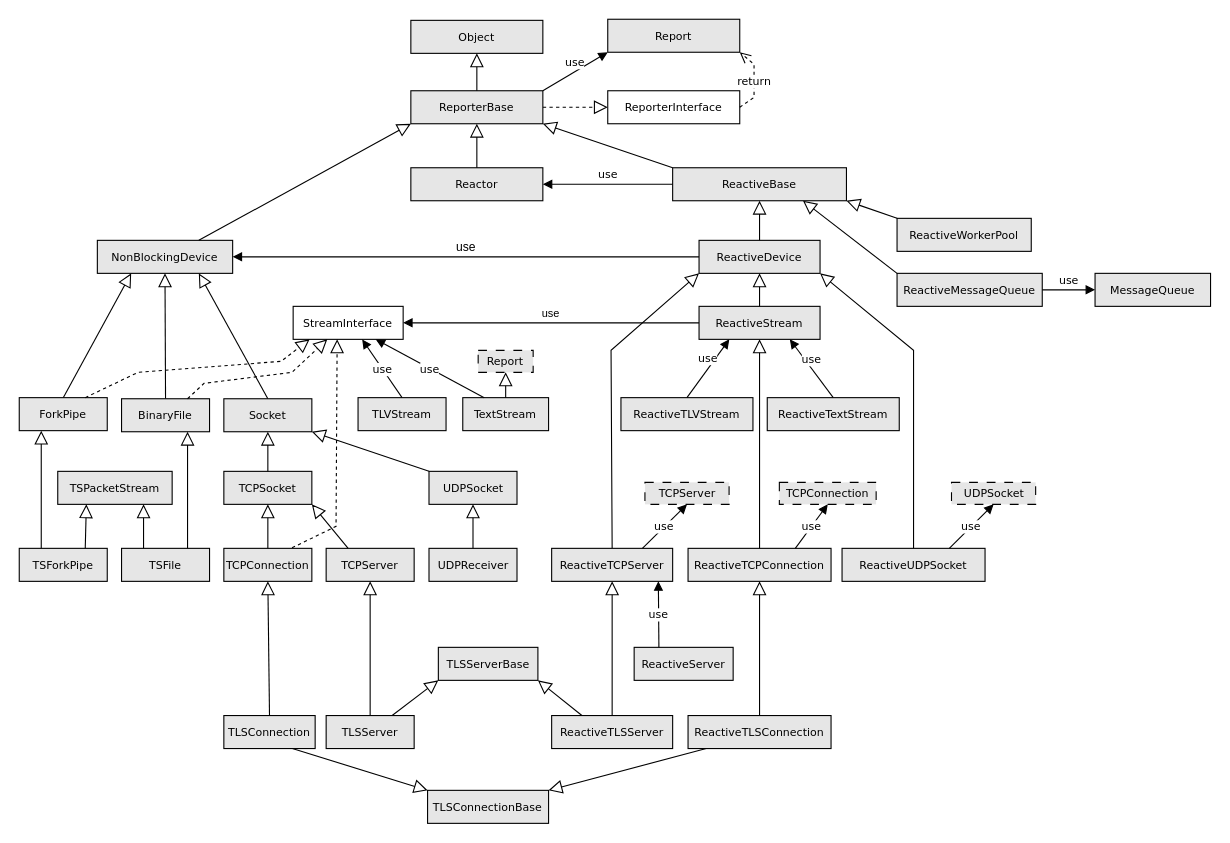
This is diagrams/reactor-class-diagram.drawio from tsduck/tsduck-presentations, a draw.io file, before an edit. Source tidied: cells renumbered, new cells numbered last; positions are measured from the earlier drawing's top-left corner, leaving out a move shared by most shapes. Both pictures are drawn from the tidied source at 110%, with x=0, y=0 at pixel (19, 19).
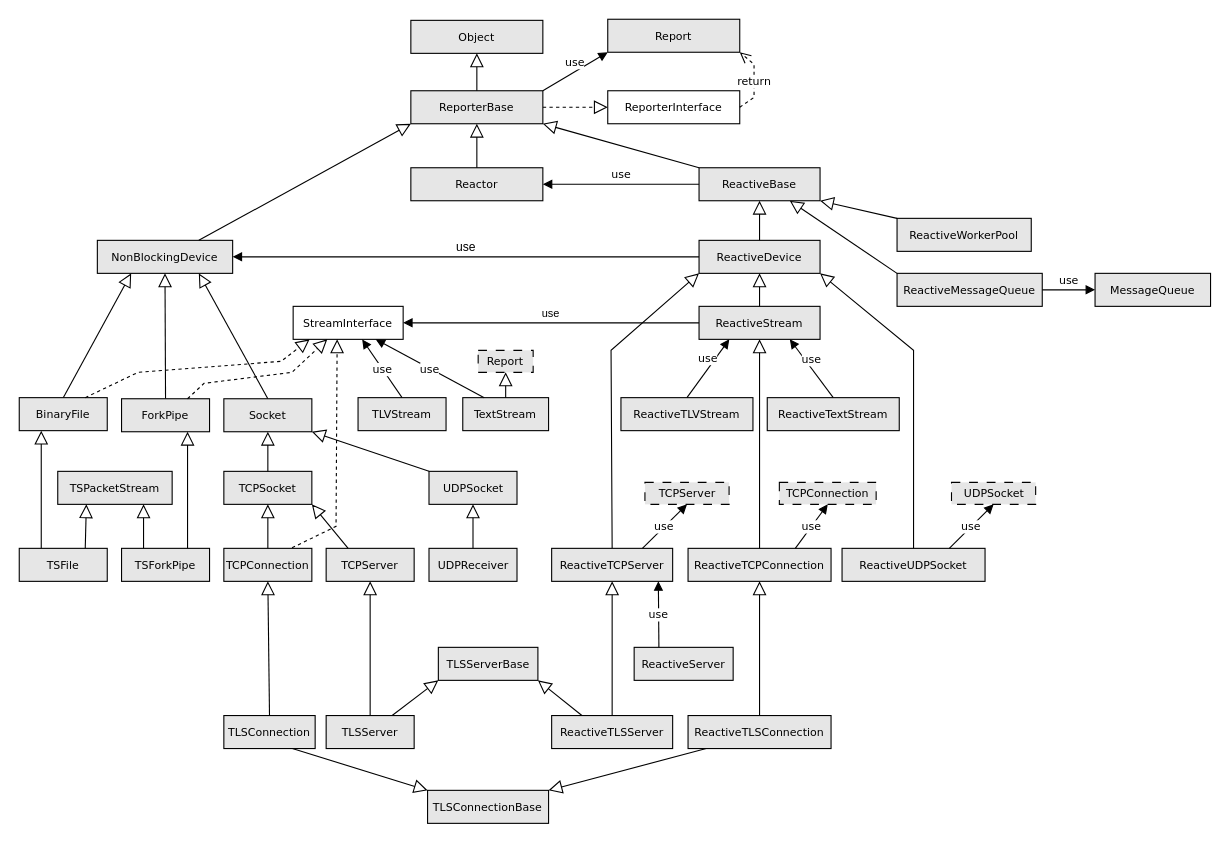
The same page after the edit.

Commit message (it also covers changes not shown here):
Updated reactive interfaces diagram

Diff of the diagram source:
```diff
@@
     <mxCell id="11" value="ReactiveBase" style="html=1;whiteSpace=wrap;points=[[0,0,0,0,0],[0,0.25,0,0,0],[0,0.5,0,0,0],[0,0.75,0,0,0],[0,1,0,0,0],[0.127273,1,0,0,0],[0.25,0,0,0,0],[0.25,1,0,0,0],[0.381818,1,0,0,0],[0.5,0,0,0,0],[0.5,1,0,0,0],[0.627273,1,0,0,0],[0.75,0,0,0,0],[0.75,1,0,0,0],[0.881818,1,0,0,0],[1,0,0,0,0],[1,0.25,0,0,0],[1,0.5,0,0,0],[1,0.75,0,0,0],[1,1,0,0,0]];fillColor=#E6E6E6;fontSize=10;fontFamily=Verdana;" parent="1" vertex="1">
-      <mxGeometry x="594" y="135" width="158" height="30" as="geometry" />
+      <mxGeometry x="618" y="135" width="110" height="30" as="geometry" />
     </mxCell>
@@
-    <mxCell id="16" value="ForkPipe" style="html=1;whiteSpace=wrap;points=[[0,0,0,0,0],[0,0.25,0,0,0],[0,0.5,0,0,0],[0,0.75,0,0,0],[0,1,0,0,0],[0.127273,1,0,0,0],[0.25,0,0,0,0],[0.25,1,0,0,0],[0.381818,1,0,0,0],[0.5,0,0,0,0],[0.5,1,0,0,0],[0.627273,1,0,0,0],[0.75,0,0,0,0],[0.75,1,0,0,0],[0.881818,1,0,0,0],[1,0,0,0,0],[1,0.25,0,0,0],[1,0.5,0,0,0],[1,0.75,0,0,0],[1,1,0,0,0]];fillColor=#E6E6E6;fontSize=10;fontFamily=Verdana;" parent="1" vertex="1">
+    <mxCell id="16" value="BinaryFile" style="html=1;whiteSpace=wrap;points=[[0,0,0,0,0],[0,0.25,0,0,0],[0,0.5,0,0,0],[0,0.75,0,0,0],[0,1,0,0,0],[0.127273,1,0,0,0],[0.25,0,0,0,0],[0.25,1,0,0,0],[0.381818,1,0,0,0],[0.5,0,0,0,0],[0.5,1,0,0,0],[0.627273,1,0,0,0],[0.75,0,0,0,0],[0.75,1,0,0,0],[0.881818,1,0,0,0],[1,0,0,0,0],[1,0.25,0,0,0],[1,0.5,0,0,0],[1,0.75,0,0,0],[1,1,0,0,0]];fillColor=#E6E6E6;fontSize=10;fontFamily=Verdana;" parent="1" vertex="1">
       <mxGeometry y="344" width="80" height="30" as="geometry" />
     </mxCell>
@@
-    <mxCell id="18" value="BinaryFile" style="html=1;whiteSpace=wrap;points=[[0,0,0,0,0],[0,0.25,0,0,0],[0,0.5,0,0,0],[0,0.75,0,0,0],[0,1,0,0,0],[0.127273,1,0,0,0],[0.25,0,0,0,0],[0.25,1,0,0,0],[0.381818,1,0,0,0],[0.5,0,0,0,0],[0.5,1,0,0,0],[0.627273,1,0,0,0],[0.75,0,0,0,0],[0.75,1,0,0,0],[0.881818,1,0,0,0],[1,0,0,0,0],[1,0.25,0,0,0],[1,0.5,0,0,0],[1,0.75,0,0,0],[1,1,0,0,0]];fillColor=#E6E6E6;fontSize=10;fontFamily=Verdana;" parent="1" vertex="1">
+    <mxCell id="18" value="ForkPipe" style="html=1;whiteSpace=wrap;points=[[0,0,0,0,0],[0,0.25,0,0,0],[0,0.5,0,0,0],[0,0.75,0,0,0],[0,1,0,0,0],[0.127273,1,0,0,0],[0.25,0,0,0,0],[0.25,1,0,0,0],[0.381818,1,0,0,0],[0.5,0,0,0,0],[0.5,1,0,0,0],[0.627273,1,0,0,0],[0.75,0,0,0,0],[0.75,1,0,0,0],[0.881818,1,0,0,0],[1,0,0,0,0],[1,0.25,0,0,0],[1,0.5,0,0,0],[1,0.75,0,0,0],[1,1,0,0,0]];fillColor=#E6E6E6;fontSize=10;fontFamily=Verdana;" parent="1" vertex="1">
       <mxGeometry x="93" y="345" width="80" height="30" as="geometry" />
     </mxCell>
@@
-    <mxCell id="53" value="TSForkPipe" style="html=1;whiteSpace=wrap;points=[[0,0,0,0,0],[0,0.25,0,0,0],[0,0.5,0,0,0],[0,0.75,0,0,0],[0,1,0,0,0],[0.127273,1,0,0,0],[0.25,0,0,0,0],[0.25,1,0,0,0],[0.381818,1,0,0,0],[0.5,0,0,0,0],[0.5,1,0,0,0],[0.627273,1,0,0,0],[0.75,0,0,0,0],[0.75,1,0,0,0],[0.881818,1,0,0,0],[1,0,0,0,0],[1,0.25,0,0,0],[1,0.5,0,0,0],[1,0.75,0,0,0],[1,1,0,0,0]];fillColor=#E6E6E6;fontSize=10;fontFamily=Verdana;" parent="1" vertex="1">
+    <mxCell id="53" value="TSFile" style="html=1;whiteSpace=wrap;points=[[0,0,0,0,0],[0,0.25,0,0,0],[0,0.5,0,0,0],[0,0.75,0,0,0],[0,1,0,0,0],[0.127273,1,0,0,0],[0.25,0,0,0,0],[0.25,1,0,0,0],[0.381818,1,0,0,0],[0.5,0,0,0,0],[0.5,1,0,0,0],[0.627273,1,0,0,0],[0.75,0,0,0,0],[0.75,1,0,0,0],[0.881818,1,0,0,0],[1,0,0,0,0],[1,0.25,0,0,0],[1,0.5,0,0,0],[1,0.75,0,0,0],[1,1,0,0,0]];fillColor=#E6E6E6;fontSize=10;fontFamily=Verdana;" parent="1" vertex="1">
       <mxGeometry y="481" width="80" height="30" as="geometry" />
     </mxCell>
-    <mxCell id="54" value="TSFile" style="html=1;whiteSpace=wrap;points=[[0,0,0,0,0],[0,0.25,0,0,0],[0,0.5,0,0,0],[0,0.75,0,0,0],[0,1,0,0,0],[0.127273,1,0,0,0],[0.25,0,0,0,0],[0.25,1,0,0,0],[0.381818,1,0,0,0],[0.5,0,0,0,0],[0.5,1,0,0,0],[0.627273,1,0,0,0],[0.75,0,0,0,0],[0.75,1,0,0,0],[0.881818,1,0,0,0],[1,0,0,0,0],[1,0.25,0,0,0],[1,0.5,0,0,0],[1,0.75,0,0,0],[1,1,0,0,0]];fillColor=#E6E6E6;fontSize=10;fontFamily=Verdana;" parent="1" vertex="1">
+    <mxCell id="54" value="TSForkPipe" style="html=1;whiteSpace=wrap;points=[[0,0,0,0,0],[0,0.25,0,0,0],[0,0.5,0,0,0],[0,0.75,0,0,0],[0,1,0,0,0],[0.127273,1,0,0,0],[0.25,0,0,0,0],[0.25,1,0,0,0],[0.381818,1,0,0,0],[0.5,0,0,0,0],[0.5,1,0,0,0],[0.627273,1,0,0,0],[0.75,0,0,0,0],[0.75,1,0,0,0],[0.881818,1,0,0,0],[1,0,0,0,0],[1,0.25,0,0,0],[1,0.5,0,0,0],[1,0.75,0,0,0],[1,1,0,0,0]];fillColor=#E6E6E6;fontSize=10;fontFamily=Verdana;" parent="1" vertex="1">
       <mxGeometry x="93" y="481" width="80" height="30" as="geometry" />
     </mxCell>
```
